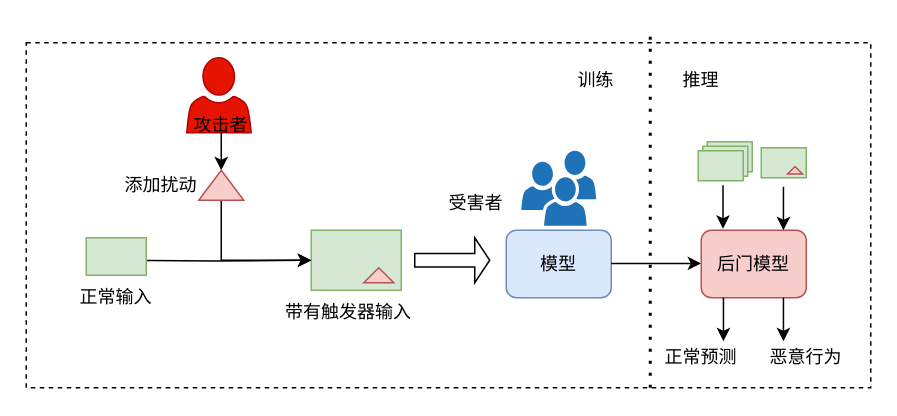
Earlier version of the draw.io diagram drawio/后门攻击.drawio (ShizhongP/dl-notes). Source tidied: cells renumbered, new cells numbered last; positions are measured from the earlier drawing's top-left corner, leaving out a move shared by most shapes. Both pictures are drawn from the tidied source at 150%, with x=0, y=0 at pixel (26, 27).
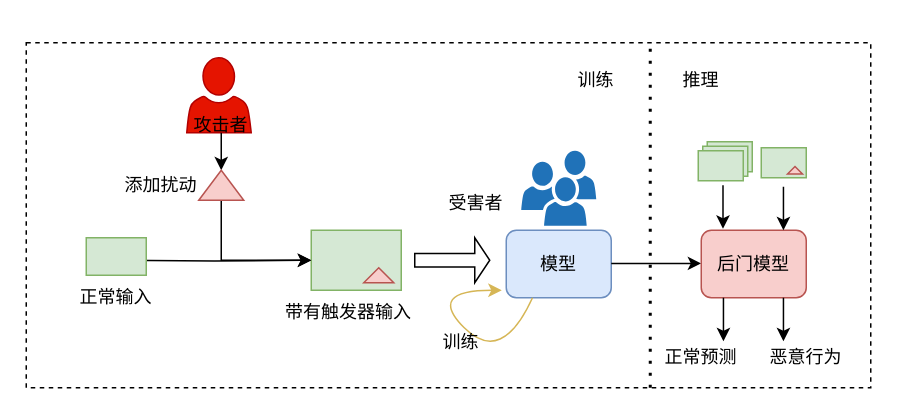
After the change.

Commit message:
更新后门攻击.drawio

The change refers to these unchanged cells:
```xml
<mxCell id="15" value="模型" style="rounded=1;whiteSpace=wrap;html=1;fillColor=#dae8fc;strokeColor=#6c8ebf;" parent="1" vertex="1">
  <mxGeometry x="320" y="135" width="70" height="45" as="geometry" />
</mxCell>
```

The edit, as a diff of the source:
```diff
@@
     <mxCell id="22" style="endArrow=none;dashed=1;html=1;dashPattern=1 3;strokeWidth=2;rounded=0;" parent="1" edge="1">
       <mxGeometry relative="1" as="geometry">
         <mxPoint x="416" y="240" as="sourcePoint" />
-        <mxPoint x="416" as="targetPoint" />
+        <mxPoint x="416" y="10" as="targetPoint" />
       </mxGeometry>
     </mxCell>
@@
+    <mxCell id="39" style="curved=1;endArrow=classic;html=1;rounded=0;exitX=0.25;exitY=1;exitDx=0;exitDy=0;fillColor=#fff2cc;strokeColor=#d6b656;" parent="1" edge="1" source="15">
+      <mxGeometry relative="1" as="geometry">
+        <mxPoint x="317" y="175" as="targetPoint" />
+        <Array as="points">
+          <mxPoint x="317" y="225" />
+          <mxPoint x="267" y="175" />
+        </Array>
+      </mxGeometry>
+    </mxCell>
+    <mxCell id="40" value="训练" style="text;html=1;align=center;verticalAlign=middle;whiteSpace=wrap;rounded=0;" parent="1" vertex="1">
+      <mxGeometry x="260" y="195" width="60" height="30" as="geometry" />
+    </mxCell>
```
